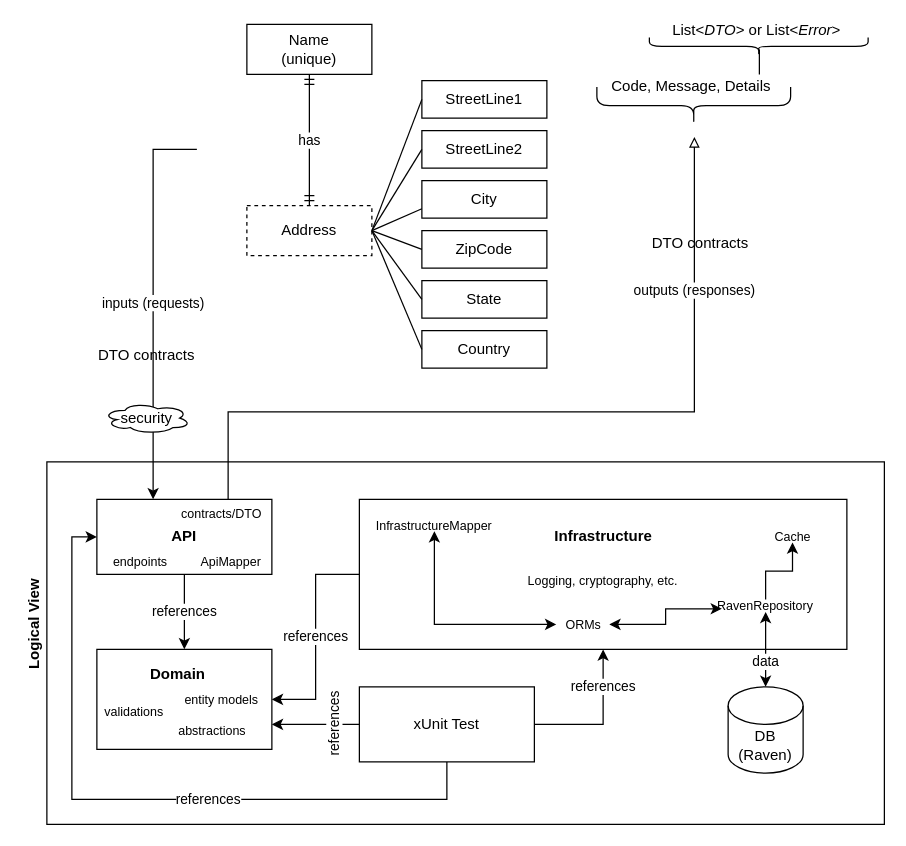
tomle1975/NamedAddresses keeps this draw.io diagram as Name-Address-Api.drawio. Above is the earlier version. Source tidied: cells renumbered, new cells numbered last; positions are measured from the earlier drawing's top-left corner, leaving out a move shared by most shapes. Both pictures are drawn from the tidied source at 125%, with x=0, y=0 at pixel (21, -64).
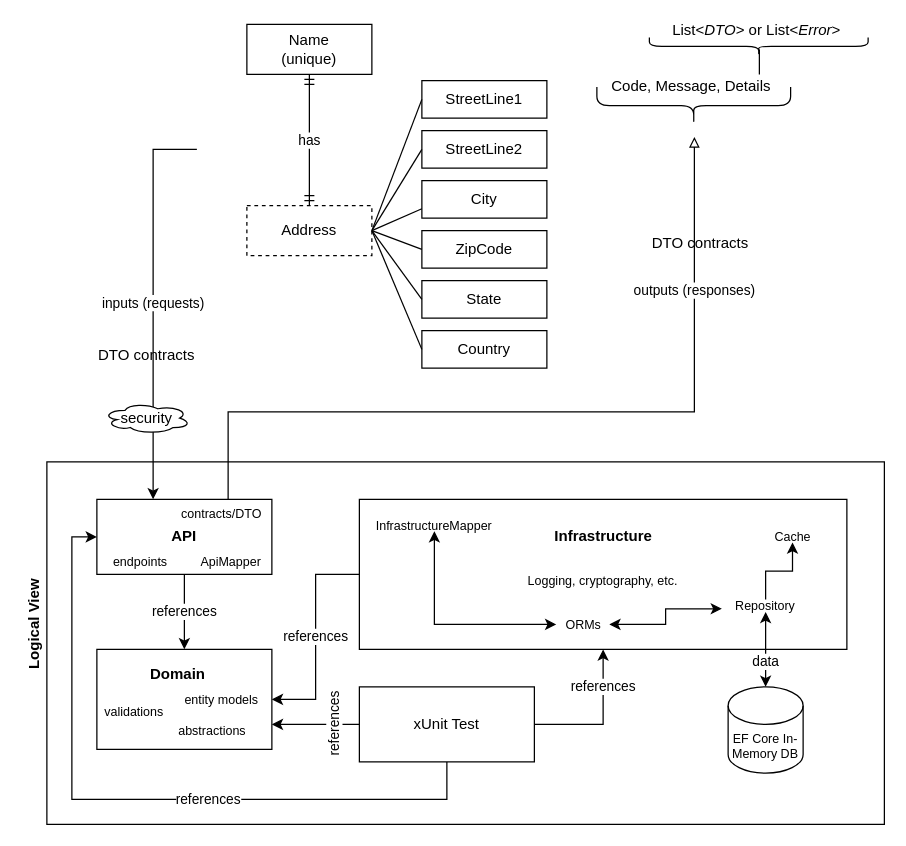
Above is the later version.

The edit, as a diff of the source:
```diff
@@
-    <mxCell id="6" value="DB&lt;br&gt;(Raven)" style="shape=cylinder3;whiteSpace=wrap;html=1;boundedLbl=1;backgroundOutline=1;size=15;" parent="1" vertex="1">
+    <mxCell id="6" value="EF Core In-Memory DB" style="shape=cylinder3;whiteSpace=wrap;html=1;boundedLbl=1;backgroundOutline=1;size=15;fontSize=10;" parent="1" vertex="1">
       <mxGeometry x="565" y="600" width="60" height="69" as="geometry" />
     </mxCell>
@@
-    <mxCell id="44" value="RavenRepository" style="text;html=1;strokeColor=none;fillColor=none;align=center;verticalAlign=middle;whiteSpace=wrap;rounded=0;fontSize=10;" parent="1" vertex="1">
+    <mxCell id="44" value="Repository" style="text;html=1;strokeColor=none;fillColor=none;align=center;verticalAlign=middle;whiteSpace=wrap;rounded=0;fontSize=10;" parent="1" vertex="1">
       <mxGeometry x="560" y="530" width="70" height="10" as="geometry" />
     </mxCell>
```
